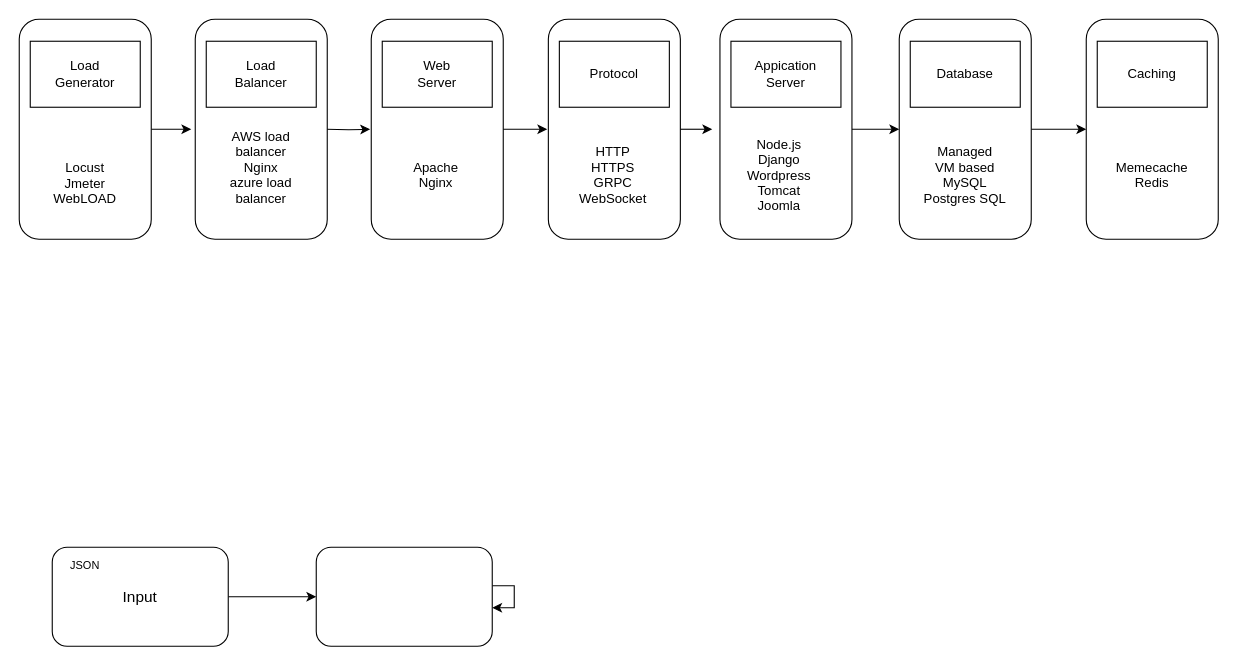
This is Untitled Diagram.drawio from hemantkumarintel/test, a draw.io file, before an edit. Source tidied: cells renumbered, new cells numbered last; positions are measured from the earlier drawing's top-left corner, leaving out a move shared by most shapes. Both pictures are drawn from the tidied source at 110%, with x=0, y=0 at pixel (19, 19).
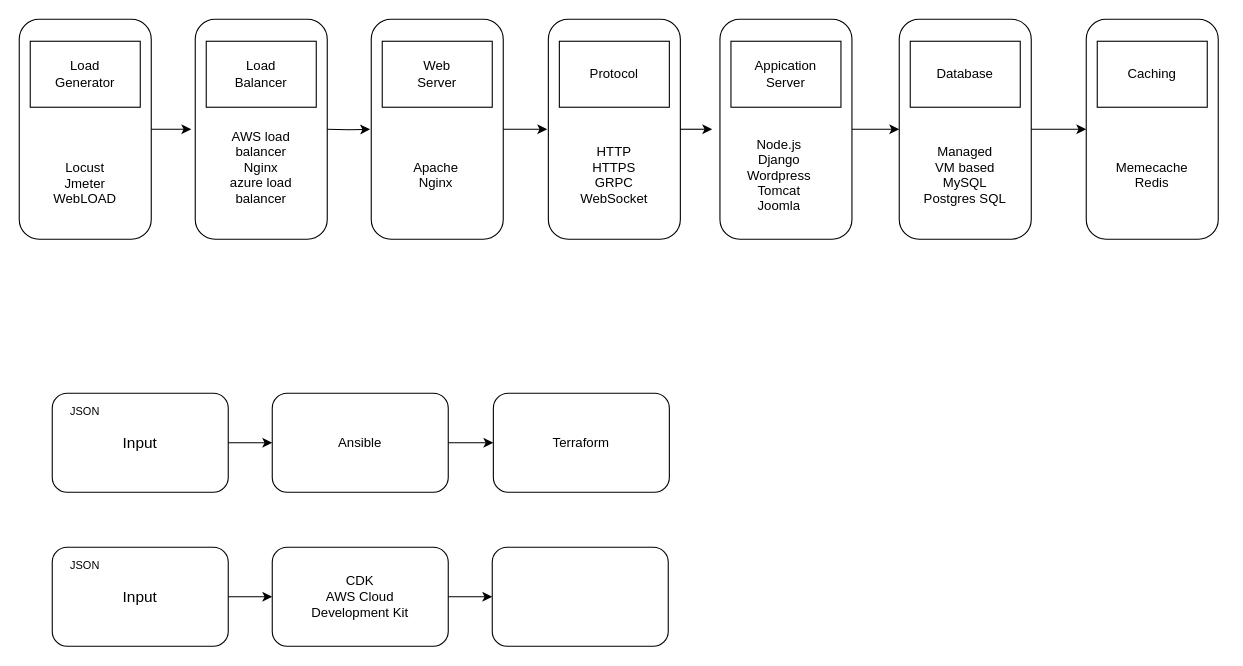
The same diagram, later.

Diff of the diagram source:
```diff
@@
-    <mxCell id="16" style="edgeStyle=orthogonalEdgeStyle;rounded=0;orthogonalLoop=1;jettySize=auto;html=1;fontSize=10;" parent="1" edge="1" source="17" target="17">
-      <mxGeometry relative="1" as="geometry" />
-    </mxCell>
+    <mxCell id="39" style="edgeStyle=orthogonalEdgeStyle;rounded=0;jettySize=auto;html=1;fontSize=10;" parent="1" edge="1" source="17" target="40">
+      <mxGeometry relative="1" as="geometry" />
+    </mxCell>
-    <mxCell id="17" style="rounded=1;whiteSpace=wrap;html=1;glass=0;" parent="1" vertex="1">
-      <mxGeometry x="270" y="480" width="160" height="90" as="geometry" />
+    <mxCell id="17" value="CDK&lt;br&gt;AWS Cloud &lt;br&gt;Development Kit" style="rounded=1;whiteSpace=wrap;html=1;glass=0;" parent="1" vertex="1">
+      <mxGeometry x="230" y="480" width="160" height="90" as="geometry" />
     </mxCell>
@@
     <mxCell id="27" value="HTTP&#10;HTTPS&#10;GRPC&#10;WebSocket" style="text;strokeColor=none;fillColor=none;align=center;verticalAlign=middle;spacingLeft=4;spacingRight=4;overflow=hidden;rounded=0;glass=0;" parent="1" vertex="1">
-      <mxGeometry x="475" y="90" width="130" height="102.5" as="geometry" />
+      <mxGeometry x="476" y="90" width="130" height="102.5" as="geometry" />
     </mxCell>
@@
+    <mxCell id="40" style="rounded=1;whiteSpace=wrap;html=1;glass=0;" parent="1" vertex="1">
+      <mxGeometry x="430" y="480" width="160" height="90" as="geometry" />
+    </mxCell>
+    <mxCell id="41" style="edgeStyle=orthogonalEdgeStyle;rounded=0;jettySize=auto;html=1;fontSize=10;" parent="1" edge="1" source="42" target="46">
+      <mxGeometry relative="1" as="geometry" />
+    </mxCell>
+    <mxCell id="42" style="rounded=1;whiteSpace=wrap;html=1;glass=0;" parent="1" vertex="1">
+      <mxGeometry x="30" y="340" width="160" height="90" as="geometry" />
+    </mxCell>
+    <mxCell id="43" value="Input" style="text;html=1;strokeColor=none;fillColor=none;align=center;verticalAlign=middle;whiteSpace=wrap;rounded=0;glass=0;fontSize=14;" parent="1" vertex="1">
+      <mxGeometry x="80" y="370" width="60" height="30" as="geometry" />
+    </mxCell>
+    <mxCell id="44" value="&lt;font style=&quot;font-size: 10px;&quot;&gt;JSON&lt;/font&gt;" style="text;html=1;strokeColor=none;fillColor=none;align=center;verticalAlign=middle;whiteSpace=wrap;rounded=0;glass=0;fontSize=14;" parent="1" vertex="1">
+      <mxGeometry x="30" y="340" width="60" height="30" as="geometry" />
+    </mxCell>
+    <mxCell id="45" style="edgeStyle=orthogonalEdgeStyle;rounded=0;jettySize=auto;html=1;fontSize=10;" parent="1" edge="1" source="46" target="47">
+      <mxGeometry relative="1" as="geometry" />
+    </mxCell>
+    <mxCell id="46" value="Ansible" style="rounded=1;whiteSpace=wrap;html=1;glass=0;" parent="1" vertex="1">
+      <mxGeometry x="230" y="340" width="160" height="90" as="geometry" />
+    </mxCell>
+    <mxCell id="47" value="Terraform" style="rounded=1;whiteSpace=wrap;html=1;glass=0;" parent="1" vertex="1">
+      <mxGeometry x="431" y="340" width="160" height="90" as="geometry" />
+    </mxCell>
```
